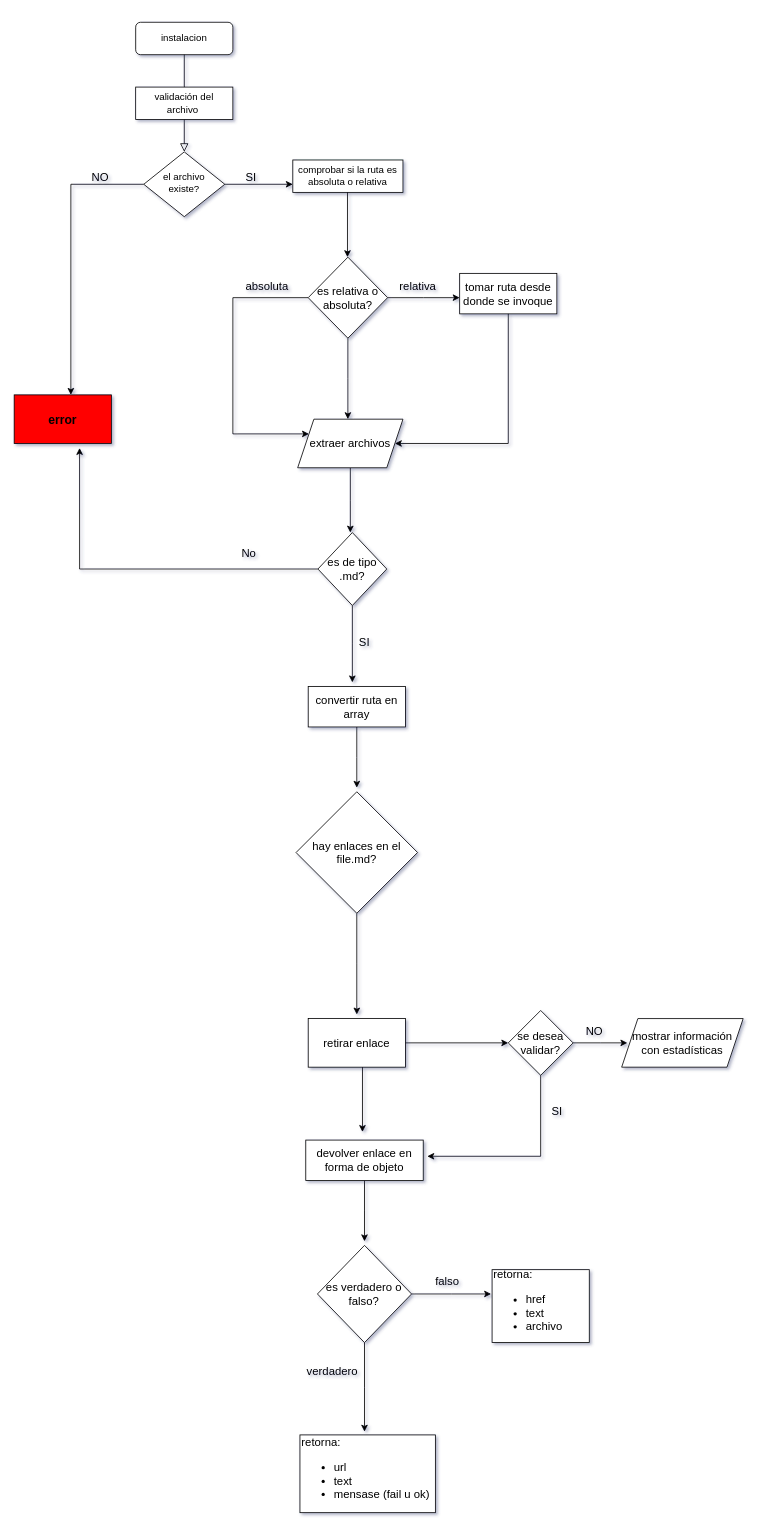
Before: Diagrama sin título.drawio in Laboratoria/LIM018-md-links, a draw.io diagram. Source tidied: cells renumbered, new cells numbered last; positions are measured from the earlier drawing's top-left corner, leaving out a move shared by most shapes. Both pictures are drawn from the tidied source at 81%, with x=0, y=0 at pixel (14, 22).
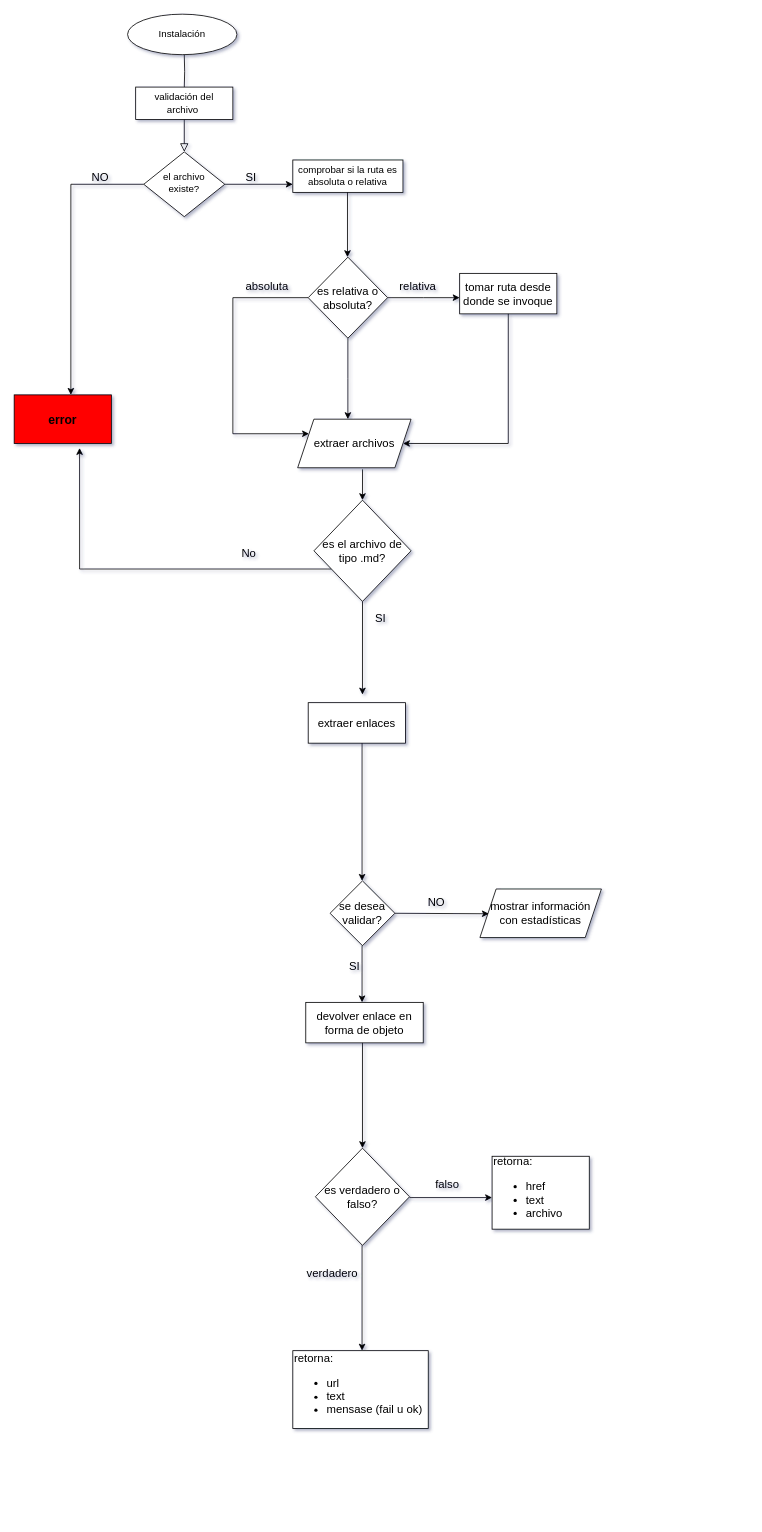
Above is the later version.

Commit message:
Agregado Diagrama boceto md-links.drawio

The change refers to these unchanged cells:
```xml
<mxCell id="7" value="validación del archivo&amp;nbsp;" style="rounded=0;whiteSpace=wrap;html=1;" parent="1" vertex="1">
  <mxGeometry x="150" y="80" width="120" height="40" as="geometry" />
</mxCell>
```

What changed in the source:
```diff
@@
-    <mxCell id="3" value="instalacion" style="rounded=1;whiteSpace=wrap;html=1;fontSize=12;glass=0;strokeWidth=1;shadow=0;" parent="1" vertex="1">
-      <mxGeometry x="150" width="120" height="40" as="geometry" />
-    </mxCell>
@@
-    <mxCell id="8" style="rounded=0;html=1;jettySize=auto;fontSize=11;endArrow=none;endFill=0;endSize=8;strokeWidth=1;shadow=0;labelBackgroundColor=none;edgeStyle=orthogonalEdgeStyle;" parent="1" edge="1" source="3" target="7">
-      <mxGeometry relative="1" as="geometry" />
+    <mxCell id="8" style="rounded=0;html=1;jettySize=auto;fontSize=11;endArrow=none;endFill=0;endSize=8;strokeWidth=1;shadow=0;labelBackgroundColor=none;edgeStyle=orthogonalEdgeStyle;" parent="1" edge="1" target="7">
+      <mxGeometry relative="1" as="geometry">
+        <mxPoint x="210" y="40" as="sourcePoint" />
+      </mxGeometry>
     </mxCell>
@@
-    <mxCell id="22" style="edgeStyle=orthogonalEdgeStyle;rounded=0;jettySize=auto;html=1;fontSize=14;" parent="1" edge="1" source="23">
-      <mxGeometry relative="1" as="geometry">
-        <mxPoint x="415" y="630" as="targetPoint" />
-      </mxGeometry>
-    </mxCell>
     <mxCell id="23" value="extraer archivos" style="shape=parallelogram;perimeter=parallelogramPerimeter;whiteSpace=wrap;html=1;fixedSize=1;rounded=0;labelBackgroundColor=none;fontSize=14;fillColor=#FFFFFF;" parent="1" vertex="1">
-      <mxGeometry x="350" y="490" width="130" height="60" as="geometry" />
+      <mxGeometry x="350" y="490" width="140" height="60" as="geometry" />
     </mxCell>
@@
-    <mxCell id="26" style="edgeStyle=orthogonalEdgeStyle;rounded=0;jettySize=auto;html=1;fontSize=14;" parent="1" edge="1" source="27">
-      <mxGeometry relative="1" as="geometry">
-        <mxPoint x="417.5" y="815" as="targetPoint" />
-      </mxGeometry>
-    </mxCell>
-    <mxCell id="27" value="es de tipo .md?" style="rhombus;whiteSpace=wrap;html=1;rounded=0;labelBackgroundColor=none;fontSize=14;fillColor=#FFFFFF;" parent="1" vertex="1">
-      <mxGeometry x="375" y="630" width="85" height="90" as="geometry" />
+    <mxCell id="27" value="es el archivo de tipo .md?" style="rhombus;whiteSpace=wrap;html=1;rounded=0;labelBackgroundColor=none;fontSize=14;fillColor=#FFFFFF;" parent="1" vertex="1">
+      <mxGeometry x="370.1" y="590" width="119.9" height="125" as="geometry" />
     </mxCell>
@@
     <mxCell id="29" value="SI" style="text;strokeColor=none;fillColor=none;align=left;verticalAlign=middle;spacingLeft=4;spacingRight=4;overflow=hidden;rounded=0;labelBackgroundColor=none;fontSize=14;" parent="1" vertex="1">
-      <mxGeometry x="420" y="750" width="80" height="30" as="geometry" />
+      <mxGeometry x="440" y="720" width="80" height="30" as="geometry" />
     </mxCell>
-    <mxCell id="30" style="edgeStyle=orthogonalEdgeStyle;rounded=0;jettySize=auto;html=1;fontSize=14;" parent="1" edge="1" source="31">
-      <mxGeometry relative="1" as="geometry">
-        <mxPoint x="423" y="945" as="targetPoint" />
-      </mxGeometry>
-    </mxCell>
-    <mxCell id="31" value="convertir ruta en array" style="rounded=0;whiteSpace=wrap;html=1;labelBackgroundColor=none;fontSize=14;fillColor=#FFFFFF;" parent="1" vertex="1">
-      <mxGeometry x="363" y="820" width="120" height="50" as="geometry" />
+    <mxCell id="31" value="extraer enlaces" style="rounded=0;whiteSpace=wrap;html=1;labelBackgroundColor=none;fontSize=14;fillColor=#FFFFFF;" parent="1" vertex="1">
+      <mxGeometry x="363" y="840" width="120" height="50" as="geometry" />
     </mxCell>
-    <mxCell id="32" style="edgeStyle=orthogonalEdgeStyle;rounded=0;jettySize=auto;html=1;fontSize=14;" parent="1" edge="1" source="33">
-      <mxGeometry relative="1" as="geometry">
-        <mxPoint x="423" y="1225" as="targetPoint" />
-      </mxGeometry>
-    </mxCell>
-    <mxCell id="33" value="&lt;div style=&quot;&quot;&gt;&lt;span style=&quot;background-color: initial;&quot;&gt;hay enlaces en el file.md?&lt;/span&gt;&lt;/div&gt;" style="rhombus;whiteSpace=wrap;html=1;rounded=0;labelBackgroundColor=none;fontSize=14;fillColor=#FFFFFF;align=center;" parent="1" vertex="1">
-      <mxGeometry x="348" y="950" width="150" height="150" as="geometry" />
-    </mxCell>
-    <mxCell id="34" style="edgeStyle=orthogonalEdgeStyle;rounded=0;jettySize=auto;html=1;fontSize=14;entryX=0;entryY=0.5;entryDx=0;entryDy=0;" parent="1" edge="1" source="35" target="38">
-      <mxGeometry relative="1" as="geometry" />
-    </mxCell>
-    <mxCell id="35" value="retirar enlace" style="rounded=0;whiteSpace=wrap;html=1;labelBackgroundColor=none;fontSize=14;fillColor=#FFFFFF;" parent="1" vertex="1">
-      <mxGeometry x="363" y="1230" width="120" height="60" as="geometry" />
-    </mxCell>
-    <mxCell id="36" style="edgeStyle=orthogonalEdgeStyle;rounded=0;jettySize=auto;html=1;fontSize=14;" parent="1" edge="1" source="38">
-      <mxGeometry relative="1" as="geometry">
-        <mxPoint x="510" y="1400" as="targetPoint" />
-        <Array as="points">
-          <mxPoint x="650" y="1400" />
-        </Array>
-      </mxGeometry>
-    </mxCell>
-    <mxCell id="37" style="edgeStyle=orthogonalEdgeStyle;rounded=0;jettySize=auto;html=1;fontSize=14;" parent="1" edge="1" source="38">
-      <mxGeometry relative="1" as="geometry">
-        <mxPoint x="757" y="1260" as="targetPoint" />
-      </mxGeometry>
-    </mxCell>
     <mxCell id="38" value="se desea validar?" style="rhombus;whiteSpace=wrap;html=1;rounded=0;labelBackgroundColor=none;fontSize=14;fillColor=#FFFFFF;" parent="1" vertex="1">
-      <mxGeometry x="610" y="1220" width="80" height="80" as="geometry" />
+      <mxGeometry x="390" y="1060" width="80" height="80" as="geometry" />
     </mxCell>
     <mxCell id="39" style="endArrow=classic;html=1;rounded=0;fontSize=14;" parent="1" edge="1">
       <mxGeometry relative="1" as="geometry">
-        <mxPoint x="430" y="1290" as="sourcePoint" />
-        <mxPoint x="430" y="1370" as="targetPoint" />
+        <mxPoint x="429.5" y="1140" as="sourcePoint" />
+        <mxPoint x="429.5" y="1210" as="targetPoint" />
       </mxGeometry>
     </mxCell>
-    <mxCell id="40" style="edgeStyle=orthogonalEdgeStyle;rounded=0;jettySize=auto;html=1;fontSize=14;" parent="1" edge="1" source="41">
-      <mxGeometry relative="1" as="geometry">
-        <mxPoint x="432.5" y="1505" as="targetPoint" />
-      </mxGeometry>
-    </mxCell>
     <mxCell id="41" value="devolver enlace en forma de objeto" style="rounded=0;whiteSpace=wrap;html=1;labelBackgroundColor=none;fontSize=14;fillColor=#FFFFFF;" parent="1" vertex="1">
-      <mxGeometry x="360" y="1380" width="145" height="50" as="geometry" />
+      <mxGeometry x="360" y="1210" width="145" height="50" as="geometry" />
     </mxCell>
     <mxCell id="42" value="SI" style="text;html=1;align=center;verticalAlign=middle;strokeColor=none;fillColor=none;fontSize=14;" parent="1" vertex="1">
-      <mxGeometry x="650" y="1330" width="40" height="30" as="geometry" />
+      <mxGeometry x="400" y="1150" width="40" height="30" as="geometry" />
     </mxCell>
     <mxCell id="43" value="NO" style="text;strokeColor=none;fillColor=none;align=left;verticalAlign=middle;spacingLeft=4;spacingRight=4;overflow=hidden;points=[[0,0.5],[1,0.5]];portConstraint=eastwest;rounded=0;labelBackgroundColor=none;fontSize=14;" parent="1" vertex="1">
-      <mxGeometry x="700" y="1230" width="80" height="30" as="geometry" />
+      <mxGeometry x="505" y="1070" width="80" height="30" as="geometry" />
     </mxCell>
     <mxCell id="44" value="mostrar información con estadísticas" style="shape=parallelogram;perimeter=parallelogramPerimeter;whiteSpace=wrap;html=1;fixedSize=1;rounded=0;labelBackgroundColor=none;fontSize=14;fillColor=#FFFFFF;" parent="1" vertex="1">
-      <mxGeometry x="750" y="1230" width="150" height="60" as="geometry" />
+      <mxGeometry x="575" y="1070" width="150" height="60" as="geometry" />
     </mxCell>
-    <mxCell id="45" style="edgeStyle=orthogonalEdgeStyle;rounded=0;jettySize=auto;html=1;fontSize=14;" parent="1" edge="1" source="47">
-      <mxGeometry relative="1" as="geometry">
-        <mxPoint x="432.5" y="1740" as="targetPoint" />
-      </mxGeometry>
-    </mxCell>
-    <mxCell id="46" style="edgeStyle=orthogonalEdgeStyle;rounded=0;jettySize=auto;html=1;fontSize=14;" parent="1" edge="1" source="47">
-      <mxGeometry relative="1" as="geometry">
-        <mxPoint x="588.8" y="1570" as="targetPoint" />
-      </mxGeometry>
-    </mxCell>
     <mxCell id="47" value="es verdadero o falso?" style="rhombus;whiteSpace=wrap;html=1;rounded=0;labelBackgroundColor=none;fontSize=14;fillColor=#FFFFFF;" parent="1" vertex="1">
-      <mxGeometry x="374.4" y="1510" width="116.2" height="120" as="geometry" />
+      <mxGeometry x="371.9" y="1390" width="116.2" height="120" as="geometry" />
     </mxCell>
     <mxCell id="48" value="verdadero" style="text;html=1;strokeColor=none;fillColor=none;align=center;verticalAlign=middle;whiteSpace=wrap;rounded=0;labelBackgroundColor=none;fontSize=14;" parent="1" vertex="1">
-      <mxGeometry x="363" y="1650" width="60" height="30" as="geometry" />
+      <mxGeometry x="363" y="1530" width="60" height="30" as="geometry" />
     </mxCell>
     <mxCell id="49" value="falso" style="text;html=1;strokeColor=none;fillColor=none;align=center;verticalAlign=middle;whiteSpace=wrap;rounded=0;labelBackgroundColor=none;fontSize=14;" parent="1" vertex="1">
-      <mxGeometry x="505" y="1540" width="60" height="30" as="geometry" />
+      <mxGeometry x="505" y="1420" width="60" height="30" as="geometry" />
     </mxCell>
     <mxCell id="50" value="&lt;div style=&quot;&quot;&gt;&lt;span style=&quot;background-color: initial;&quot;&gt;retorna:&lt;/span&gt;&lt;/div&gt;&lt;div style=&quot;&quot;&gt;&lt;ul&gt;&lt;li style=&quot;&quot;&gt;url&lt;/li&gt;&lt;li style=&quot;&quot;&gt;text&lt;/li&gt;&lt;li&gt;mensase (fail u ok)&lt;/li&gt;&lt;/ul&gt;&lt;/div&gt;" style="rounded=0;whiteSpace=wrap;html=1;labelBackgroundColor=none;fontSize=14;fillColor=#FFFFFF;align=left;" parent="1" vertex="1">
-      <mxGeometry x="352.8" y="1744" width="167.2" height="96" as="geometry" />
+      <mxGeometry x="344" y="1640" width="167.2" height="96" as="geometry" />
     </mxCell>
     <mxCell id="51" value="retorna:&lt;br&gt;&lt;ul&gt;&lt;li style=&quot;&quot;&gt;href&lt;/li&gt;&lt;li style=&quot;&quot;&gt;text&lt;/li&gt;&lt;li&gt;archivo&lt;/li&gt;&lt;/ul&gt;" style="rounded=0;whiteSpace=wrap;html=1;labelBackgroundColor=none;fontSize=14;fillColor=#FFFFFF;align=left;" parent="1" vertex="1">
-      <mxGeometry x="590" y="1540" width="120" height="90" as="geometry" />
+      <mxGeometry x="590" y="1400" width="120" height="90" as="geometry" />
     </mxCell>
+    <mxCell id="52" style="endArrow=classic;html=1;rounded=0;" parent="1" edge="1">
+      <mxGeometry relative="1" as="geometry">
+        <mxPoint x="429.5" y="890" as="sourcePoint" />
+        <mxPoint x="429.5" y="1060" as="targetPoint" />
+      </mxGeometry>
+    </mxCell>
+    <mxCell id="53" style="endArrow=classic;html=1;rounded=0;exitX=0.5;exitY=1;exitDx=0;exitDy=0;" parent="1" edge="1" source="27">
+      <mxGeometry relative="1" as="geometry">
+        <mxPoint x="430" y="830" as="targetPoint" />
+      </mxGeometry>
+    </mxCell>
+    <mxCell id="54" style="endArrow=classic;html=1;rounded=0;exitX=0.572;exitY=1.032;exitDx=0;exitDy=0;exitPerimeter=0;" parent="1" edge="1" source="23">
+      <mxGeometry relative="1" as="geometry">
+        <mxPoint x="430" y="590" as="targetPoint" />
+      </mxGeometry>
+    </mxCell>
+    <mxCell id="55" style="endArrow=classic;html=1;rounded=0;entryX=1.013;entryY=1.02;entryDx=0;entryDy=0;entryPerimeter=0;" parent="1" edge="1" target="43">
+      <mxGeometry relative="1" as="geometry">
+        <mxPoint x="470" y="1100" as="sourcePoint" />
+      </mxGeometry>
+    </mxCell>
+    <mxCell id="56" style="endArrow=classic;html=1;rounded=0;" parent="1" edge="1">
+      <mxGeometry relative="1" as="geometry">
+        <mxPoint x="430" y="1260" as="sourcePoint" />
+        <mxPoint x="430" y="1390" as="targetPoint" />
+      </mxGeometry>
+    </mxCell>
+    <mxCell id="57" style="endArrow=classic;html=1;rounded=0;" parent="1" edge="1">
+      <mxGeometry relative="1" as="geometry">
+        <mxPoint x="429.5" y="1510" as="sourcePoint" />
+        <mxPoint x="429.5" y="1640" as="targetPoint" />
+      </mxGeometry>
+    </mxCell>
+    <mxCell id="58" style="endArrow=classic;html=1;rounded=0;" parent="1" edge="1">
+      <mxGeometry relative="1" as="geometry">
+        <mxPoint x="488.2" y="1451" as="sourcePoint" />
+        <mxPoint x="590" y="1451" as="targetPoint" />
+      </mxGeometry>
+    </mxCell>
+    <mxCell id="59" value="Instalación" style="ellipse;whiteSpace=wrap;html=1;" parent="1" vertex="1">
+      <mxGeometry x="140" y="-10" width="135" height="50" as="geometry" />
+    </mxCell>
```
